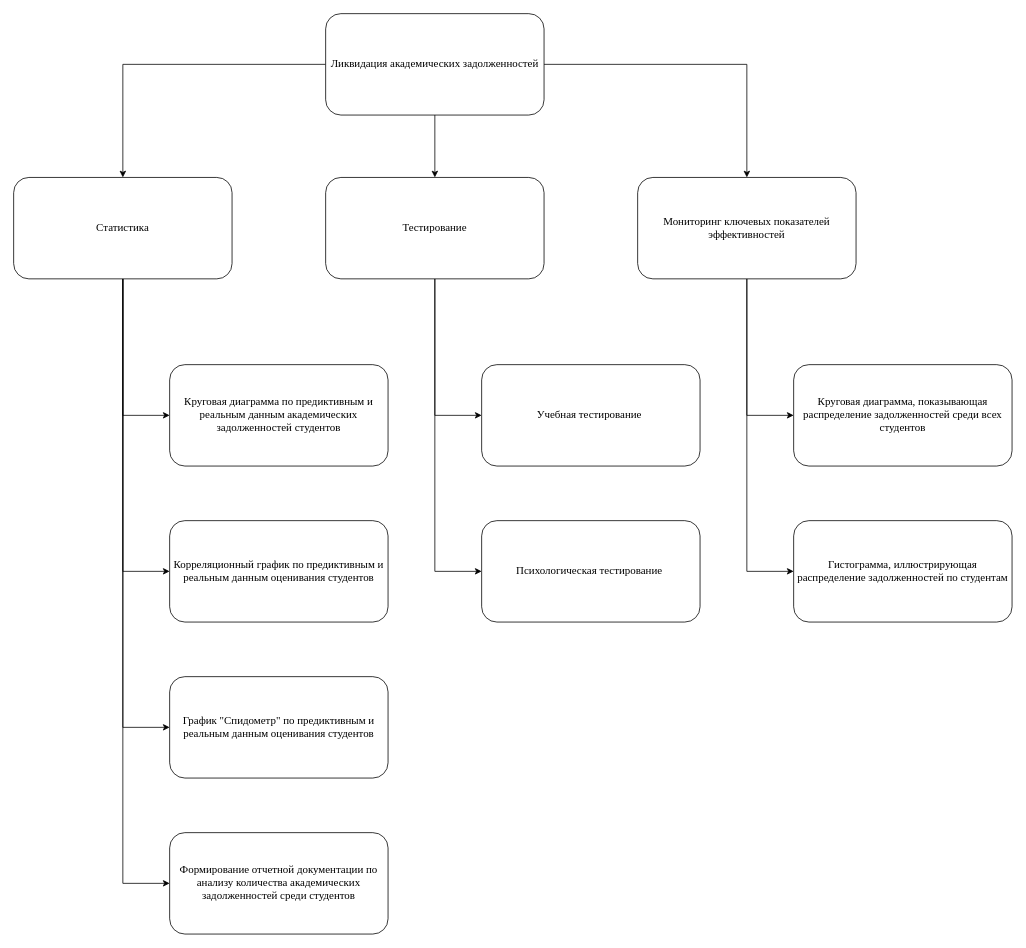
Before: Дерево_функций_для_разработанного_ПО.drawio in DLordxxx/Practice, a draw.io diagram. Source tidied: cells renumbered, new cells numbered last; positions are measured from the earlier drawing's top-left corner, leaving out a move shared by most shapes. Both pictures are drawn from the tidied source at 78%, with x=0, y=0 at pixel (13, 13).
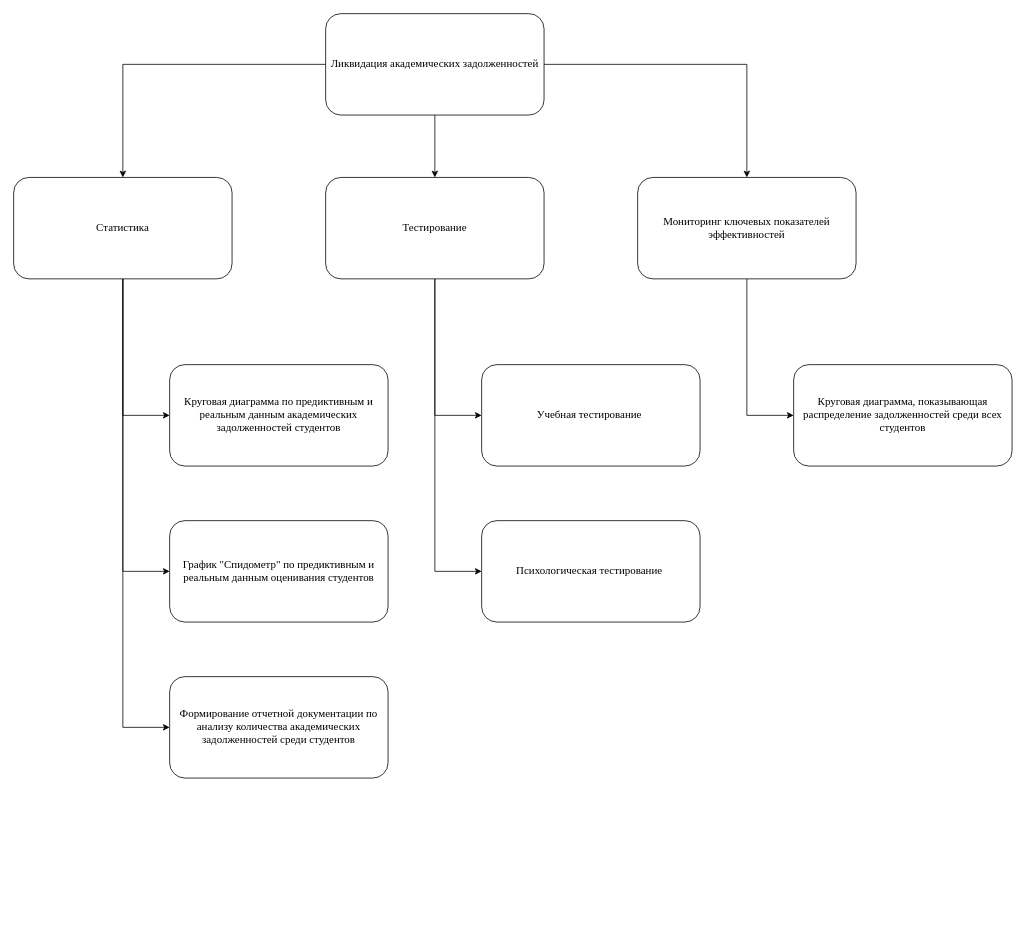
Above is the later version.

Commit message (it also covers changes not shown here):
Корректировка диаграмм (Дерево функций, компонентов,EPC, Схема БД, уточненная ER, физическое проектирование БД)

Unchanged cells that the change refers to:
```xml
<mxCell id="11" value="Мониторинг ключевых показателей эффективностей" style="rounded=1;whiteSpace=wrap;html=1;fontSize=14;fontFamily=Times New Roman;" parent="1" vertex="1">
  <mxGeometry x="800" y="210" width="280" height="130" as="geometry" />
</mxCell>
<mxCell id="16" value="&lt;font&gt;Статистика&lt;/font&gt;" style="rounded=1;whiteSpace=wrap;html=1;fontSize=14;fontFamily=Times New Roman;" parent="1" vertex="1">
  <mxGeometry y="210" width="280" height="130" as="geometry" />
</mxCell>
```

Diff of the diagram source:
```diff
@@
-    <mxCell id="10" style="edgeStyle=orthogonalEdgeStyle;rounded=0;jettySize=auto;html=1;entryX=0;entryY=0.5;entryDx=0;entryDy=0;" parent="1" edge="1" source="11" target="24">
-      <mxGeometry relative="1" as="geometry" />
-    </mxCell>
@@
-    <mxCell id="13" style="edgeStyle=orthogonalEdgeStyle;rounded=0;jettySize=auto;html=1;entryX=0;entryY=0.5;entryDx=0;entryDy=0;fontSize=14;fontFamily=Times New Roman;" parent="1" edge="1" source="16" target="20">
-      <mxGeometry relative="1" as="geometry" />
-    </mxCell>
@@
-    <mxCell id="20" value="Корреляционный график по предиктивным и реальным данным оценивания студентов" style="rounded=1;whiteSpace=wrap;html=1;fontSize=14;fontFamily=Times New Roman;" parent="1" vertex="1">
-      <mxGeometry x="200" y="650" width="280" height="130" as="geometry" />
-    </mxCell>
     <mxCell id="21" value="График &quot;Спидометр&quot; по предиктивным и реальным данным оценивания студентов" style="rounded=1;whiteSpace=wrap;html=1;fontSize=14;fontFamily=Times New Roman;" parent="1" vertex="1">
-      <mxGeometry x="200" y="850" width="280" height="130" as="geometry" />
+      <mxGeometry x="200" y="650" width="280" height="130" as="geometry" />
     </mxCell>
     <mxCell id="22" value="Формирование отчетной документации по анализу количества академических задолженностей среди студентов" style="rounded=1;whiteSpace=wrap;html=1;fontSize=14;fontFamily=Times New Roman;" parent="1" vertex="1">
-      <mxGeometry x="200" y="1050" width="280" height="130" as="geometry" />
+      <mxGeometry x="200" y="850" width="280" height="130" as="geometry" />
     </mxCell>
@@
-    <mxCell id="24" value="Гистограмма, иллюстрирующая распределение задолженностей по студентам" style="rounded=1;whiteSpace=wrap;html=1;fontSize=14;fontFamily=Times New Roman;" parent="1" vertex="1">
-      <mxGeometry x="1000" y="650" width="280" height="130" as="geometry" />
-    </mxCell>
```
